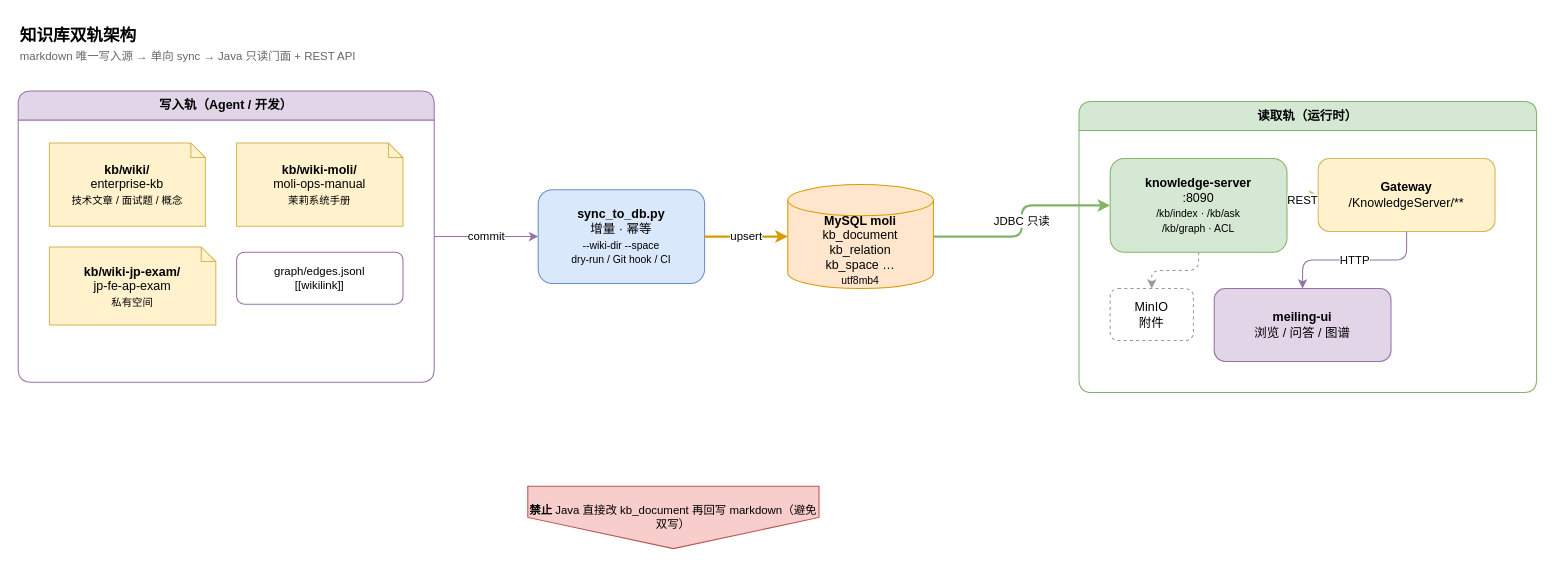
The draw.io diagram docs/diagrams/moli-knowledge-sync.drawio in wujinsen/moli-project-distribute, before the edit. Source tidied: cells renumbered, new cells numbered last; positions are measured from the earlier drawing's top-left corner, leaving out a move shared by most shapes. Both pictures are drawn from the tidied source at 104%, with x=0, y=0 at pixel (18, 18).
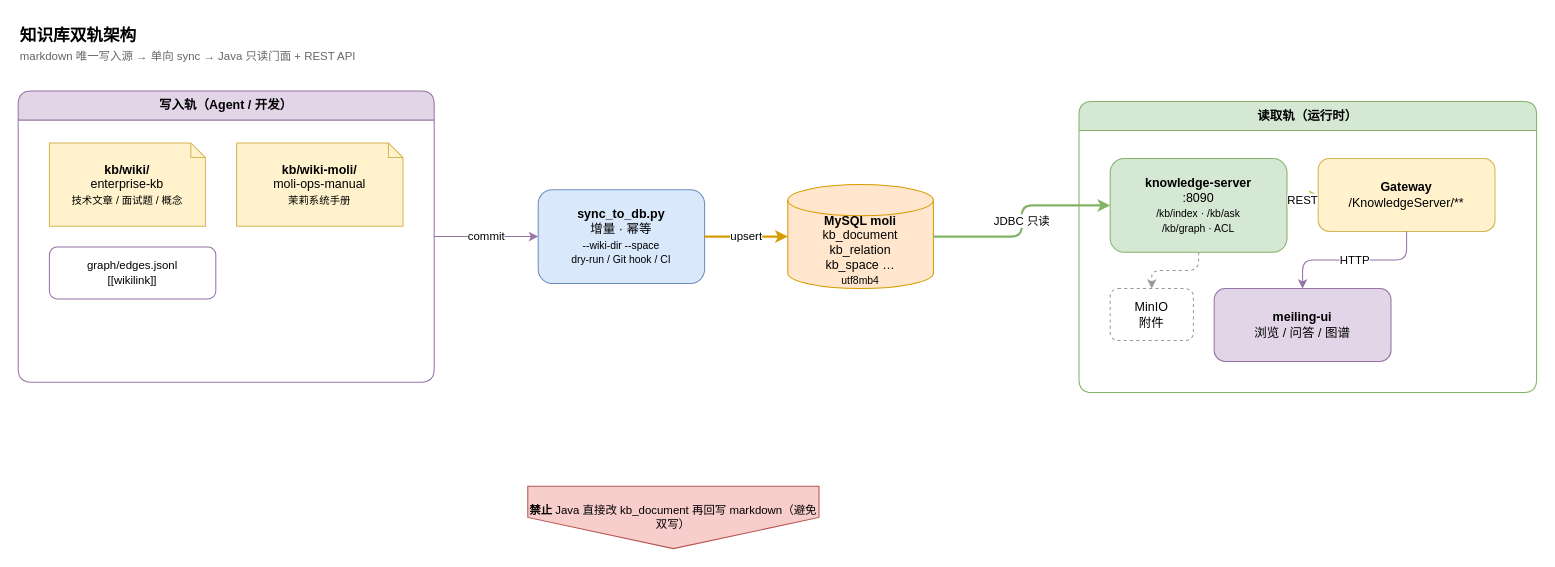
The same page after the edit.

The change refers to these unchanged cells:
```xml
<mxCell id="3" value="写入轨（Agent / 开发）" style="swimlane;whiteSpace=wrap;html=1;fillColor=#e1d5e7;strokeColor=#9673a6;startSize=28;fontStyle=1;rounded=1;" parent="1" vertex="1">
  <mxGeometry y="70" width="400" height="280" as="geometry" />
</mxCell>
```

Diff of the diagram source:
```diff
@@
-    <mxCell id="6" value="&lt;b&gt;kb/wiki-jp-exam/&lt;/b&gt;&lt;br&gt;jp-fe-ap-exam&lt;br&gt;&lt;font style=&quot;font-size:10px;&quot;&gt;私有空间&lt;/font&gt;" style="shape=note;whiteSpace=wrap;html=1;backgroundOutline=1;fillColor=#fff2cc;strokeColor=#d6b656;size=14;" parent="3" vertex="1">
-      <mxGeometry x="30" y="150" width="160" height="75" as="geometry" />
-    </mxCell>
     <mxCell id="7" value="graph/edges.jsonl&lt;br&gt;[[wikilink]]" style="rounded=1;whiteSpace=wrap;html=1;fillColor=#ffffff;strokeColor=#9673a6;fontSize=11;" parent="3" vertex="1">
-      <mxGeometry x="210" y="155" width="160" height="50" as="geometry" />
+      <mxGeometry x="30" y="150" width="160" height="50" as="geometry" />
     </mxCell>
```
